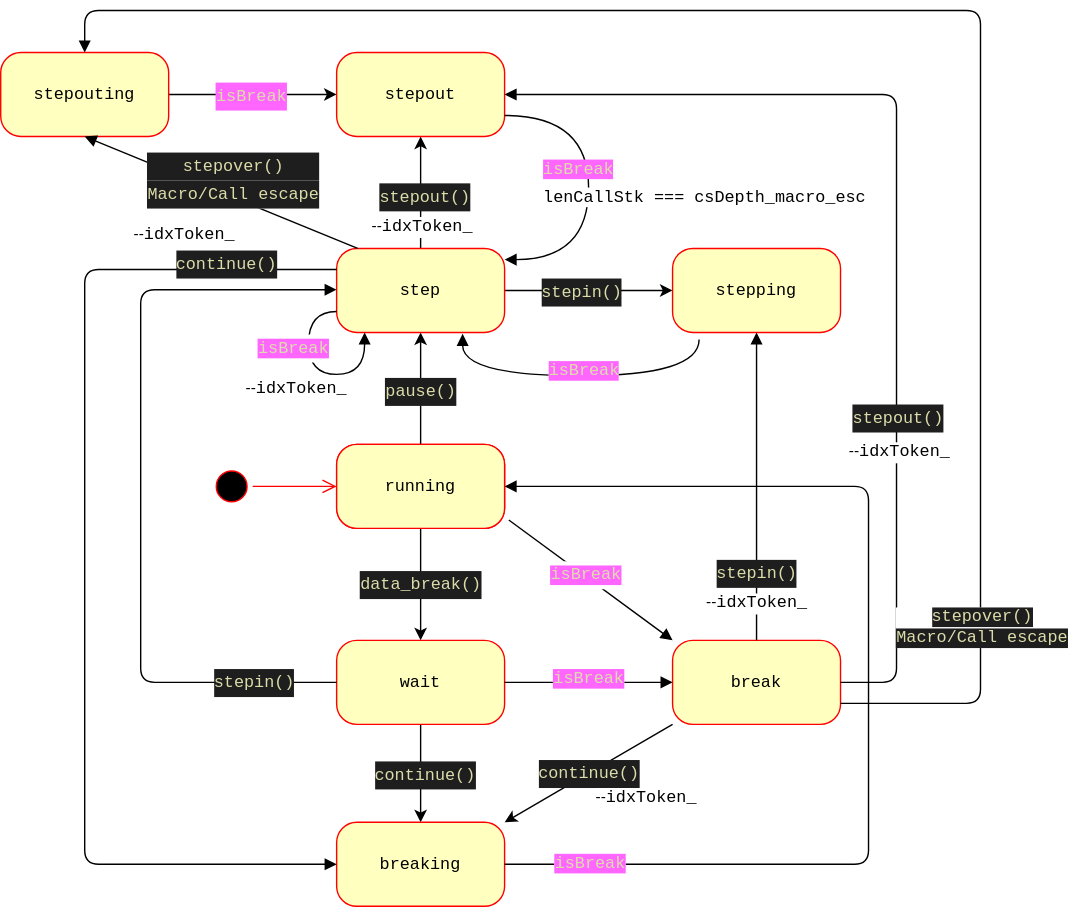
Before: res/img/breakState.svg, a diagram exported from draw.io (famibee/SKYNovel-vscode-extension). Source tidied: cells renumbered, new cells last; positions are measured from the earlier drawing's top-left corner, leaving out a move shared by most shapes.
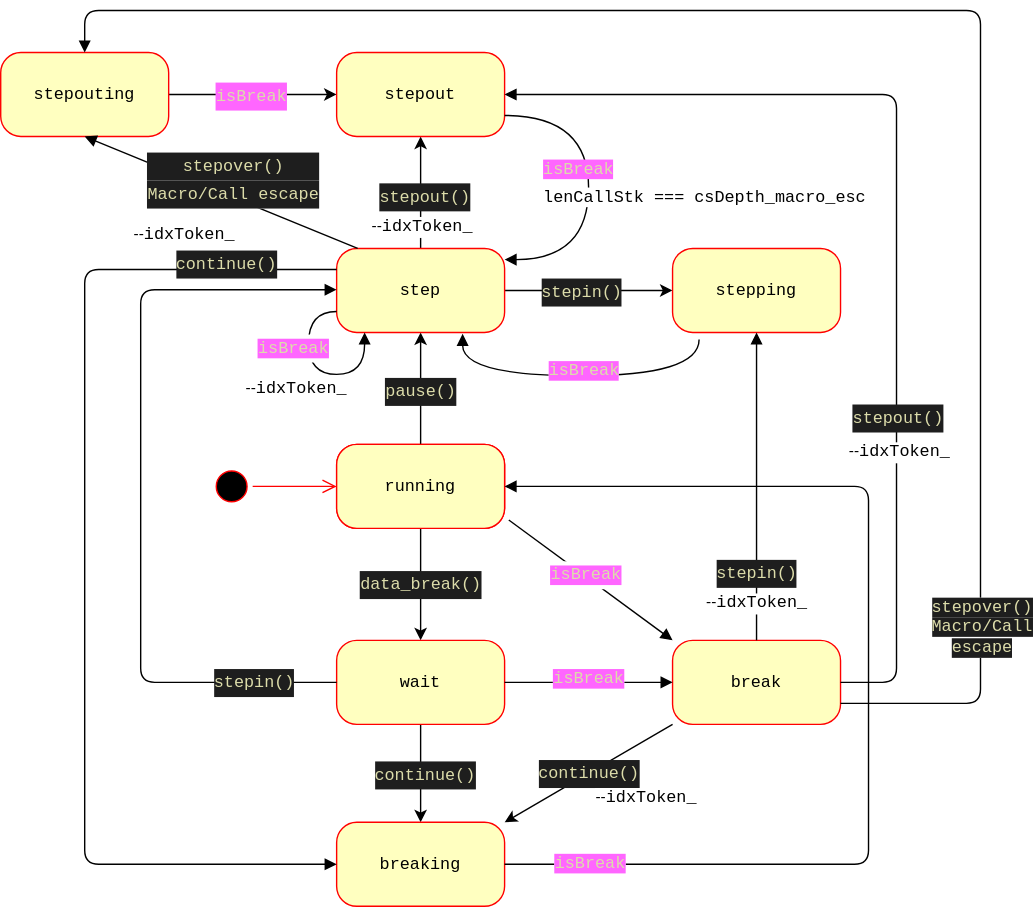
After the commit.

Commit message:
breakState.svg を更新します

Change to the diagram source:
```diff
@@ -235,7 +235,7 @@
         </Array>
       </mxGeometry>
     </mxCell>
-    <mxCell id="54" value="&lt;span style=&quot;color: rgb(220 , 220 , 170) ; font-family: &amp;#34;menlo&amp;#34; , &amp;#34;monaco&amp;#34; , &amp;#34;courier new&amp;#34; , monospace ; font-size: 12px ; background-color: rgb(30 , 30 , 30)&quot;&gt;stepover()&lt;br&gt;Macro/Call escape&lt;/span&gt;" style="edgeLabel;html=1;align=center;verticalAlign=middle;fontColor=#000000;" parent="53" vertex="1">
+    <mxCell id="54" value="&lt;span style=&quot;color: rgb(220 , 220 , 170) ; font-family: &amp;#34;menlo&amp;#34; , &amp;#34;monaco&amp;#34; , &amp;#34;courier new&amp;#34; , monospace ; font-size: 12px ; background-color: rgb(30 , 30 , 30)&quot;&gt;stepover()&lt;br&gt;Macro/Call&lt;br&gt;escape&lt;/span&gt;" style="edgeLabel;html=1;align=center;verticalAlign=middle;fontColor=#000000;" parent="53" vertex="1">
       <mxGeometry x="-0.75" relative="1" as="geometry">
         <mxPoint y="6" as="offset" />
       </mxGeometry>
```
